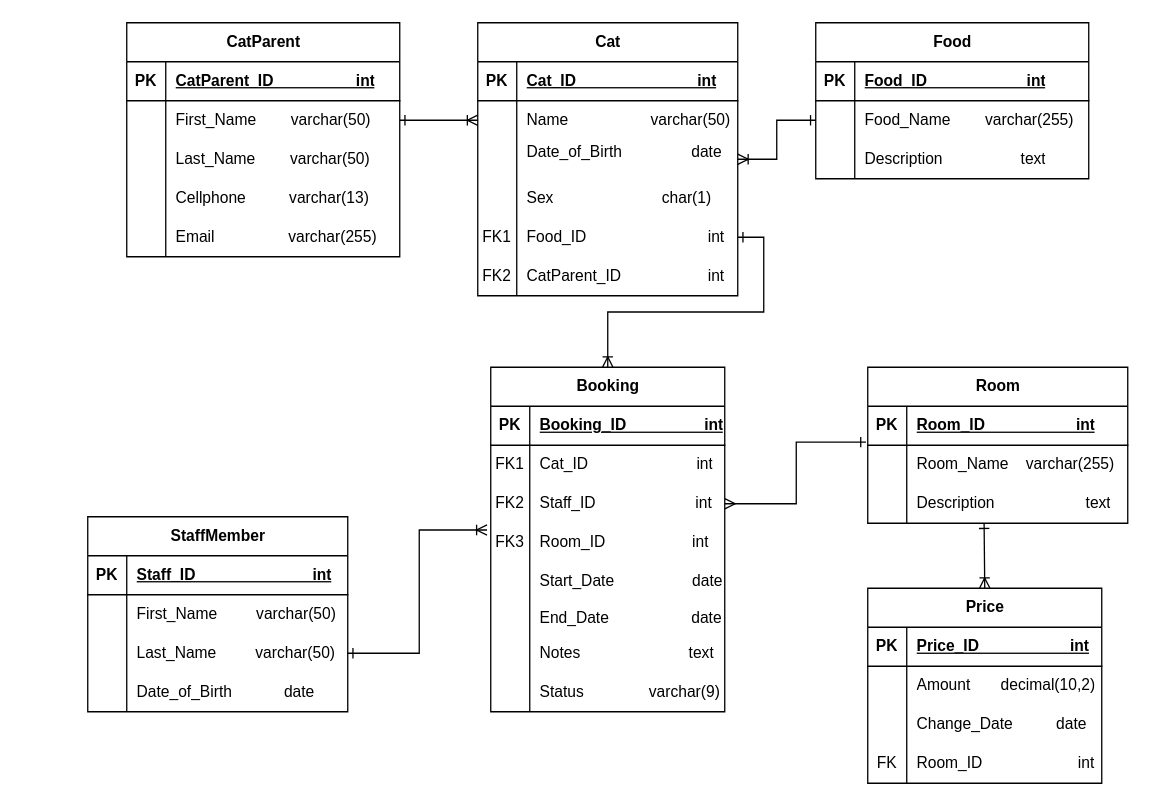
Before: page "Page-3" (3 of 3) of ERD.drawio in Cat-Hotel/Cat-hotel, a draw.io diagram. Source tidied: cells renumbered, new cells numbered last; positions are measured from the earlier drawing's top-left corner, leaving out a move shared by most shapes. Both pictures are drawn from the tidied source at 130%, with x=0, y=0 at pixel (87, 22).
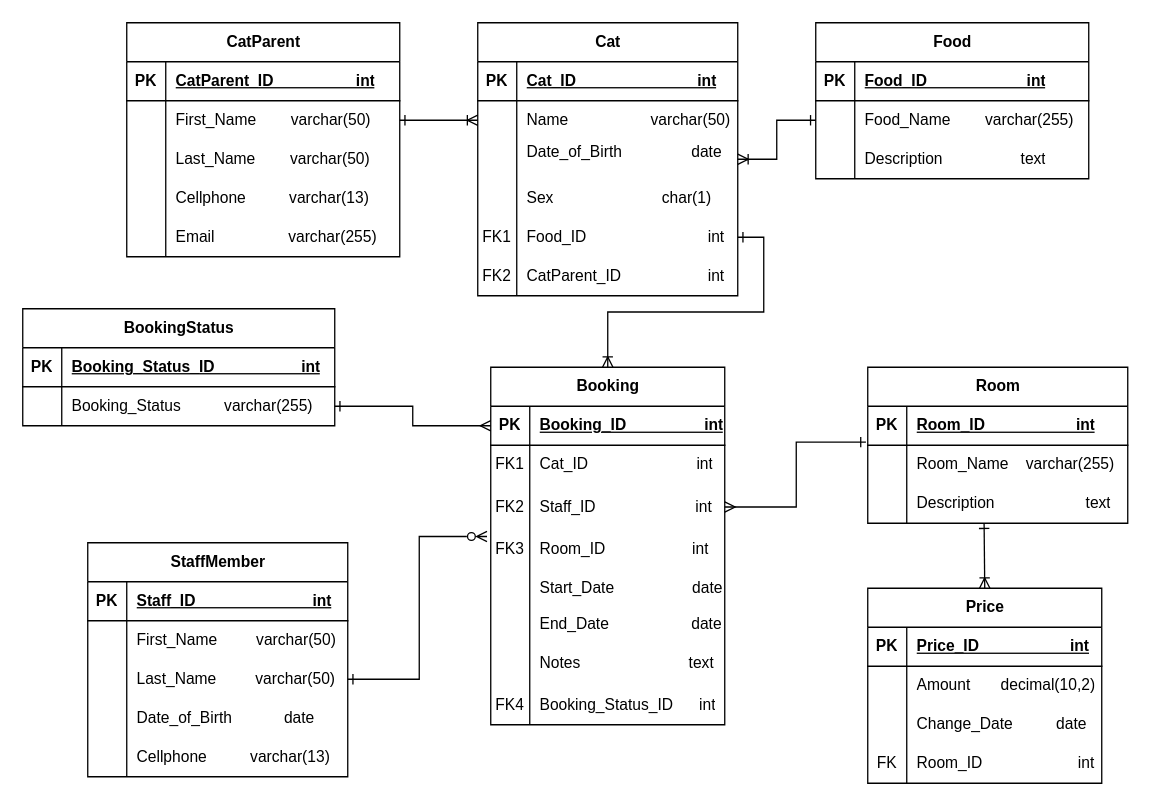
After the change.

Commit message:
Corrected ERD drawio

The change refers to these unchanged cells:
```xml
<mxCell id="67" style="shape=tableRow;horizontal=0;startSize=0;swimlaneHead=0;swimlaneBody=0;fillColor=none;points=[[0,0.5],[1,0.5]];portConstraint=eastwest;top=0;left=0;right=0;bottom=0;" parent="60" vertex="1">
  <mxGeometry y="90" width="200" height="30" as="geometry" />
</mxCell>
<mxCell id="74" style="shape=tableRow;horizontal=0;startSize=0;swimlaneHead=0;swimlaneBody=0;fillColor=none;points=[[0,0.5],[1,0.5]];portConstraint=eastwest;top=0;left=0;right=0;bottom=1;" parent="73" vertex="1">
  <mxGeometry y="30" width="180" height="30" as="geometry" />
</mxCell>
```

What changed in the source:
```diff
@@
     <mxCell id="60" value="StaffMember" style="shape=table;startSize=30;childLayout=tableLayout;rowLines=0;fontStyle=1;align=center;html=1;" parent="1" vertex="1">
-      <mxGeometry y="380" width="200" height="150" as="geometry" />
+      <mxGeometry y="400" width="200" height="180" as="geometry" />
     </mxCell>
@@
+    <mxCell id="114" style="shape=tableRow;horizontal=0;startSize=0;swimlaneHead=0;swimlaneBody=0;fillColor=none;top=0;left=0;right=0;bottom=0;" parent="60" vertex="1">
+      <mxGeometry y="150" width="200" height="30" as="geometry" />
+    </mxCell>
+    <mxCell id="115" style="shape=partialRectangle;fillColor=none;top=0;left=0;bottom=0;right=0;overflow=hidden;whiteSpace=wrap;html=1;" parent="114" vertex="1">
+      <mxGeometry width="30" height="30" as="geometry" />
+    </mxCell>
+    <mxCell id="116" value="Cellphone&amp;nbsp; &amp;nbsp; &amp;nbsp; &amp;nbsp; &amp;nbsp; varchar(13)" style="shape=partialRectangle;fillColor=none;top=0;left=0;bottom=0;right=0;align=left;spacingLeft=6;overflow=hidden;whiteSpace=wrap;html=1;" parent="114" vertex="1">
+      <mxGeometry x="30" width="170" height="30" as="geometry" />
+    </mxCell>
     <mxCell id="73" value="Booking" style="shape=table;startSize=30;childLayout=tableLayout;rowLines=0;fontStyle=1;align=center;html=1;" parent="1" vertex="1">
-      <mxGeometry x="310" y="265" width="180" height="265" as="geometry" />
+      <mxGeometry x="310" y="265" width="180" height="275" as="geometry" />
     </mxCell>
@@
     <mxCell id="80" style="shape=tableRow;horizontal=0;startSize=0;swimlaneHead=0;swimlaneBody=0;fillColor=none;points=[[0,0.5],[1,0.5]];portConstraint=eastwest;top=0;left=0;right=0;bottom=0;" parent="73" vertex="1">
-      <mxGeometry y="90" width="180" height="30" as="geometry" />
+      <mxGeometry y="90" width="180" height="35" as="geometry" />
     </mxCell>
     <mxCell id="81" value="FK2" style="shape=partialRectangle;fillColor=none;top=0;left=0;bottom=0;right=0;overflow=hidden;whiteSpace=wrap;html=1;" parent="80" vertex="1">
-      <mxGeometry width="30" height="30" as="geometry" />
+      <mxGeometry width="30" height="35" as="geometry" />
     </mxCell>
     <mxCell id="82" value="Staff_ID&amp;nbsp; &amp;nbsp; &amp;nbsp; &amp;nbsp; &amp;nbsp; &amp;nbsp; &amp;nbsp; &amp;nbsp; &amp;nbsp; &amp;nbsp; &amp;nbsp; &amp;nbsp;int" style="shape=partialRectangle;fillColor=none;top=0;left=0;bottom=0;right=0;align=left;spacingLeft=6;overflow=hidden;whiteSpace=wrap;html=1;" parent="80" vertex="1">
-      <mxGeometry x="30" width="150" height="30" as="geometry" />
+      <mxGeometry x="30" width="150" height="35" as="geometry" />
     </mxCell>
     <mxCell id="83" style="shape=tableRow;horizontal=0;startSize=0;swimlaneHead=0;swimlaneBody=0;fillColor=none;points=[[0,0.5],[1,0.5]];portConstraint=eastwest;top=0;left=0;right=0;bottom=0;" parent="73" vertex="1">
-      <mxGeometry y="120" width="180" height="30" as="geometry" />
+      <mxGeometry y="125" width="180" height="30" as="geometry" />
     </mxCell>
@@
     <mxCell id="86" style="shape=tableRow;horizontal=0;startSize=0;swimlaneHead=0;swimlaneBody=0;fillColor=none;top=0;left=0;right=0;bottom=0;" parent="73" vertex="1">
-      <mxGeometry y="150" width="180" height="30" as="geometry" />
+      <mxGeometry y="155" width="180" height="30" as="geometry" />
     </mxCell>
@@
     <mxCell id="89" style="shape=tableRow;horizontal=0;startSize=0;swimlaneHead=0;swimlaneBody=0;fillColor=none;top=0;left=0;right=0;bottom=0;" parent="73" vertex="1">
-      <mxGeometry y="180" width="180" height="25" as="geometry" />
+      <mxGeometry y="185" width="180" height="25" as="geometry" />
     </mxCell>
@@
     <mxCell id="92" style="shape=tableRow;horizontal=0;startSize=0;swimlaneHead=0;swimlaneBody=0;fillColor=none;top=0;left=0;right=0;bottom=0;" parent="73" vertex="1">
-      <mxGeometry y="205" width="180" height="30" as="geometry" />
+      <mxGeometry y="210" width="180" height="35" as="geometry" />
     </mxCell>
     <mxCell id="93" style="shape=partialRectangle;fillColor=none;top=0;left=0;bottom=0;right=0;overflow=hidden;whiteSpace=wrap;html=1;" parent="92" vertex="1">
-      <mxGeometry width="30" height="30" as="geometry" />
+      <mxGeometry width="30" height="35" as="geometry" />
     </mxCell>
     <mxCell id="94" value="Notes&amp;nbsp; &amp;nbsp; &amp;nbsp; &amp;nbsp; &amp;nbsp; &amp;nbsp; &amp;nbsp; &amp;nbsp; &amp;nbsp; &amp;nbsp; &amp;nbsp; &amp;nbsp; &amp;nbsp;text" style="shape=partialRectangle;fillColor=none;top=0;left=0;bottom=0;right=0;align=left;spacingLeft=6;overflow=hidden;whiteSpace=wrap;html=1;" parent="92" vertex="1">
-      <mxGeometry x="30" width="150" height="30" as="geometry" />
+      <mxGeometry x="30" width="150" height="35" as="geometry" />
     </mxCell>
-    <mxCell id="95" style="shape=tableRow;horizontal=0;startSize=0;swimlaneHead=0;swimlaneBody=0;fillColor=none;top=0;left=0;right=0;bottom=0;" parent="73" vertex="1">
-      <mxGeometry y="235" width="180" height="30" as="geometry" />
-    </mxCell>
-    <mxCell id="96" style="shape=partialRectangle;fillColor=none;top=0;left=0;bottom=0;right=0;overflow=hidden;whiteSpace=wrap;html=1;" parent="95" vertex="1">
-      <mxGeometry width="30" height="30" as="geometry" />
-    </mxCell>
-    <mxCell id="97" value="Status&amp;nbsp; &amp;nbsp; &amp;nbsp; &amp;nbsp; &amp;nbsp; &amp;nbsp; &amp;nbsp; &amp;nbsp;varchar(9)" style="shape=partialRectangle;fillColor=none;top=0;left=0;bottom=0;right=0;align=left;spacingLeft=6;overflow=hidden;whiteSpace=wrap;html=1;" parent="95" vertex="1">
-      <mxGeometry x="30" width="150" height="30" as="geometry" />
-    </mxCell>
+    <mxCell id="117" style="shape=tableRow;horizontal=0;startSize=0;swimlaneHead=0;swimlaneBody=0;fillColor=none;top=0;left=0;right=0;bottom=0;" parent="73" vertex="1">
+      <mxGeometry y="245" width="180" height="30" as="geometry" />
+    </mxCell>
+    <mxCell id="118" value="FK4" style="shape=partialRectangle;fillColor=none;top=0;left=0;bottom=0;right=0;overflow=hidden;whiteSpace=wrap;html=1;" parent="117" vertex="1">
+      <mxGeometry width="30" height="30" as="geometry" />
+    </mxCell>
+    <mxCell id="119" value="Booking_Status_ID&amp;nbsp; &amp;nbsp; &amp;nbsp; int" style="shape=partialRectangle;fillColor=none;top=0;left=0;bottom=0;right=0;align=left;spacingLeft=6;overflow=hidden;whiteSpace=wrap;html=1;" parent="117" vertex="1">
+      <mxGeometry x="30" width="150" height="30" as="geometry" />
+    </mxCell>
@@
-    <mxCell id="110" style="edgeStyle=orthogonalEdgeStyle;rounded=0;jettySize=auto;html=1;exitX=1;exitY=0.5;exitDx=0;exitDy=0;entryX=-0.016;entryY=0.173;entryDx=0;entryDy=0;entryPerimeter=0;endArrow=ERoneToMany;endFill=0;startArrow=ERone;startFill=0;" parent="1" edge="1" source="67" target="83">
+    <mxCell id="110" style="edgeStyle=orthogonalEdgeStyle;rounded=0;jettySize=auto;html=1;exitX=1;exitY=0.5;exitDx=0;exitDy=0;entryX=-0.016;entryY=0.173;entryDx=0;entryDy=0;entryPerimeter=0;endArrow=ERzeroToMany;endFill=0;startArrow=ERone;startFill=0;" parent="1" edge="1" source="67" target="83">
       <mxGeometry relative="1" as="geometry" />
     </mxCell>
@@
+    <mxCell id="120" value="BookingStatus" style="shape=table;startSize=30;childLayout=tableLayout;rowLines=0;fontStyle=1;align=center;html=1;" parent="1" vertex="1">
+      <mxGeometry x="-50" y="220" width="240" height="90" as="geometry" />
+    </mxCell>
+    <mxCell id="121" style="shape=tableRow;horizontal=0;startSize=0;swimlaneHead=0;swimlaneBody=0;fillColor=none;top=0;left=0;right=0;bottom=1;" parent="120" vertex="1">
+      <mxGeometry y="30" width="240" height="30" as="geometry" />
+    </mxCell>
+    <mxCell id="122" value="PK" style="shape=partialRectangle;fillColor=none;top=0;left=0;bottom=0;right=0;fontStyle=1;overflow=hidden;whiteSpace=wrap;html=1;" parent="121" vertex="1">
+      <mxGeometry width="30" height="30" as="geometry" />
+    </mxCell>
+    <mxCell id="123" value="Booking_Status_ID&amp;nbsp; &amp;nbsp; &amp;nbsp; &amp;nbsp; &amp;nbsp; &amp;nbsp; &amp;nbsp; &amp;nbsp; &amp;nbsp; &amp;nbsp; int" style="shape=partialRectangle;fillColor=none;top=0;left=0;bottom=0;right=0;align=left;spacingLeft=6;fontStyle=5;overflow=hidden;whiteSpace=wrap;html=1;" parent="121" vertex="1">
+      <mxGeometry x="30" width="210" height="30" as="geometry" />
+    </mxCell>
+    <mxCell id="124" style="shape=tableRow;horizontal=0;startSize=0;swimlaneHead=0;swimlaneBody=0;fillColor=none;points=[[0,0.5],[1,0.5]];portConstraint=eastwest;top=0;left=0;right=0;bottom=0;" parent="120" vertex="1">
+      <mxGeometry y="60" width="240" height="30" as="geometry" />
+    </mxCell>
+    <mxCell id="125" style="shape=partialRectangle;fillColor=none;top=0;left=0;bottom=0;right=0;overflow=hidden;whiteSpace=wrap;html=1;" parent="124" vertex="1">
+      <mxGeometry width="30" height="30" as="geometry" />
+    </mxCell>
+    <mxCell id="126" value="Booking_Status&amp;nbsp; &amp;nbsp; &amp;nbsp; &amp;nbsp; &amp;nbsp; varchar(255)" style="shape=partialRectangle;fillColor=none;top=0;left=0;bottom=0;right=0;align=left;spacingLeft=6;overflow=hidden;whiteSpace=wrap;html=1;" parent="124" vertex="1">
+      <mxGeometry x="30" width="210" height="30" as="geometry" />
+    </mxCell>
+    <mxCell id="127" style="edgeStyle=orthogonalEdgeStyle;rounded=0;jettySize=auto;html=1;exitX=1;exitY=0.5;exitDx=0;exitDy=0;entryX=0;entryY=0.5;entryDx=0;entryDy=0;startArrow=ERone;startFill=0;endArrow=ERmany;endFill=0;" parent="1" edge="1" source="124" target="74">
+      <mxGeometry relative="1" as="geometry" />
+    </mxCell>
```
